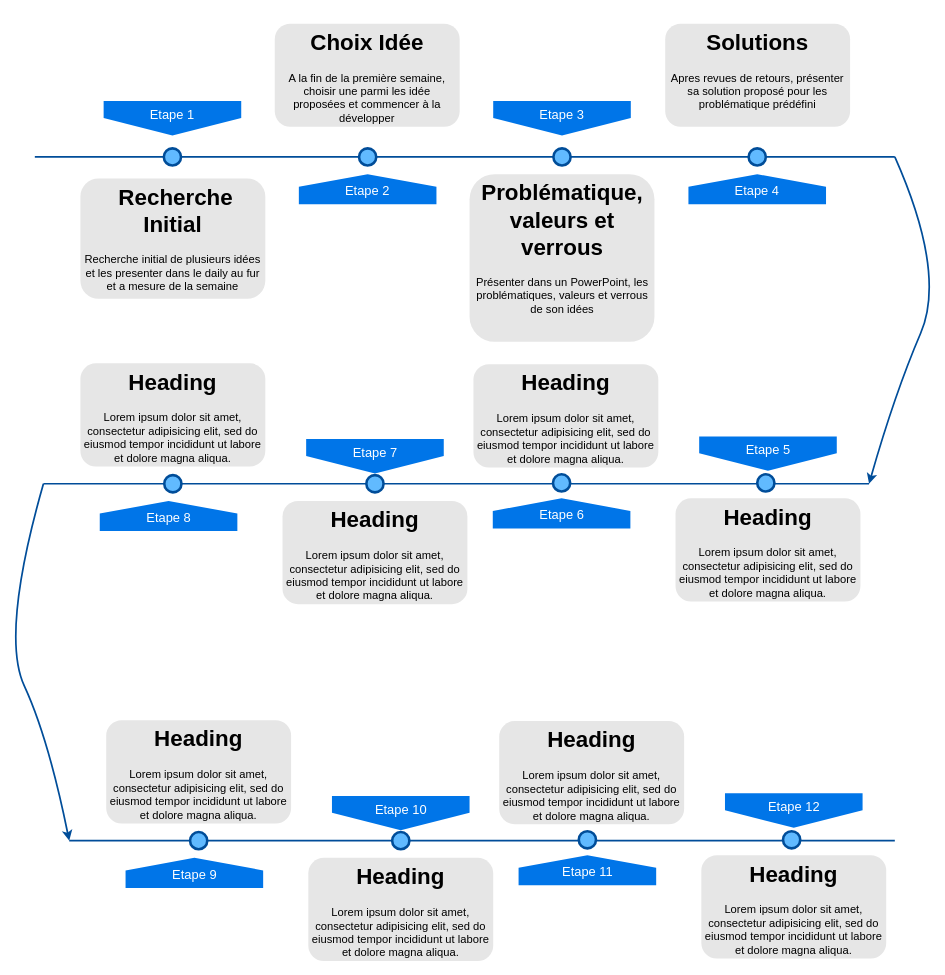
Before: Diagramme sans nom.drawio in mehdic/DrawIO, a draw.io diagram. Source tidied: cells renumbered, new cells numbered last; positions are measured from the earlier drawing's top-left corner, leaving out a move shared by most shapes. Both pictures are drawn from the tidied source at 86%, with x=0, y=0 at pixel (0, 23).
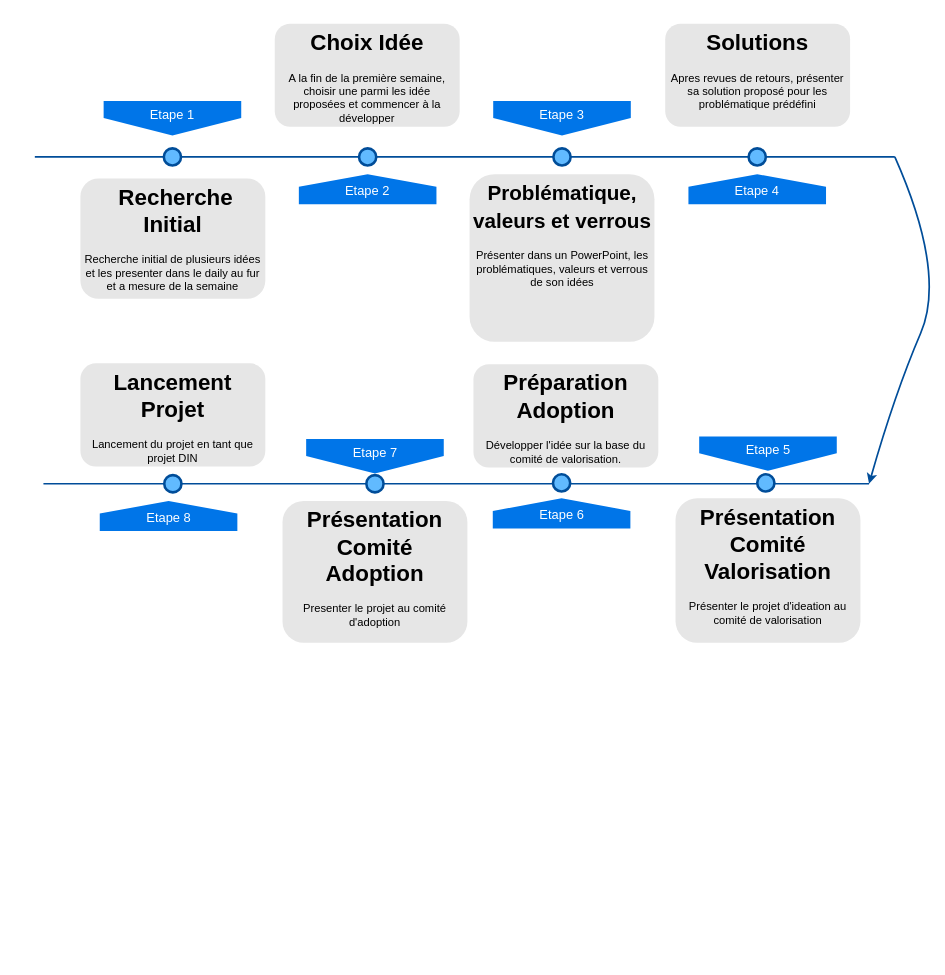
Above is the later version.

Commit message:
Mettre à jour Diagramme sans nom.drawio

The change refers to these unchanged cells:
```xml
<mxCell id="15" style="line;strokeWidth=2;html=1;fillColor=none;fontSize=28;fontColor=#004D99;strokeColor=#004D99;" parent="1" vertex="1">
  <mxGeometry x="50" y="530" width="960" height="10" as="geometry" />
</mxCell>
```

What changed in the source:
```diff
@@
-    <mxCell id="13" value="&lt;h1&gt;Problématique, valeurs et verrous&lt;/h1&gt;&lt;p&gt;Présenter dans un PowerPoint, les problématiques, valeurs et verrous de son idées&lt;/p&gt;" style="text;html=1;spacing=5;spacingTop=-20;whiteSpace=wrap;overflow=hidden;strokeColor=none;strokeWidth=3;fillColor=#E6E6E6;fontSize=13;fontColor=#000000;align=center;rounded=1;" parent="1" vertex="1">
+    <mxCell id="13" value="&lt;h1&gt;&lt;font style=&quot;font-size: 24px;&quot;&gt;Problématique, valeurs et verrous&lt;/font&gt;&lt;/h1&gt;&lt;p&gt;Présenter dans un PowerPoint, les problématiques, valeurs et verrous de son idées&lt;/p&gt;" style="text;html=1;spacing=5;spacingTop=-20;whiteSpace=wrap;overflow=hidden;strokeColor=none;strokeWidth=3;fillColor=#E6E6E6;fontSize=13;fontColor=#000000;align=center;rounded=1;" parent="1" vertex="1">
       <mxGeometry x="545.5" y="175" width="215" height="195" as="geometry" />
     </mxCell>
@@
-    <mxCell id="19" value="&lt;h1&gt;Heading&lt;/h1&gt;&lt;p&gt;Lorem ipsum dolor sit amet, consectetur adipisicing elit, sed do eiusmod tempor incididunt ut labore et dolore magna aliqua.&lt;/p&gt;" style="text;html=1;spacing=5;spacingTop=-20;whiteSpace=wrap;overflow=hidden;strokeColor=none;strokeWidth=3;fillColor=#E6E6E6;fontSize=13;fontColor=#000000;align=center;rounded=1;" parent="1" vertex="1">
-      <mxGeometry x="785" y="552" width="215" height="120" as="geometry" />
+    <mxCell id="19" value="&lt;h1&gt;Présentation Comité Valorisation&lt;/h1&gt;&lt;p&gt;Présenter le projet d'ideation au comité de valorisation&lt;/p&gt;" style="text;html=1;spacing=5;spacingTop=-20;whiteSpace=wrap;overflow=hidden;strokeColor=none;strokeWidth=3;fillColor=#E6E6E6;fontSize=13;fontColor=#000000;align=center;rounded=1;" parent="1" vertex="1">
+      <mxGeometry x="785" y="552" width="215" height="168" as="geometry" />
     </mxCell>
@@
-    <mxCell id="21" value="&lt;h1&gt;Heading&lt;/h1&gt;&lt;p&gt;Lorem ipsum dolor sit amet, consectetur adipisicing elit, sed do eiusmod tempor incididunt ut labore et dolore magna aliqua.&lt;/p&gt;" style="text;html=1;spacing=5;spacingTop=-20;whiteSpace=wrap;overflow=hidden;strokeColor=none;strokeWidth=3;fillColor=#E6E6E6;fontSize=13;fontColor=#000000;align=center;rounded=1;" parent="1" vertex="1">
+    <mxCell id="21" value="&lt;h1&gt;Préparation Adoption&lt;/h1&gt;&lt;p&gt;Développer l'idée sur la base du comité de valorisation.&lt;/p&gt;" style="text;html=1;spacing=5;spacingTop=-20;whiteSpace=wrap;overflow=hidden;strokeColor=none;strokeWidth=3;fillColor=#E6E6E6;fontSize=13;fontColor=#000000;align=center;rounded=1;" parent="1" vertex="1">
       <mxGeometry x="550" y="396" width="215" height="120" as="geometry" />
     </mxCell>
@@
-    <mxCell id="23" value="&lt;h1&gt;Heading&lt;/h1&gt;&lt;p&gt;Lorem ipsum dolor sit amet, consectetur adipisicing elit, sed do eiusmod tempor incididunt ut labore et dolore magna aliqua.&lt;/p&gt;" style="text;html=1;spacing=5;spacingTop=-20;whiteSpace=wrap;overflow=hidden;strokeColor=none;strokeWidth=3;fillColor=#E6E6E6;fontSize=13;fontColor=#000000;align=center;rounded=1;" parent="1" vertex="1">
-      <mxGeometry x="328" y="555" width="215" height="120" as="geometry" />
+    <mxCell id="23" value="&lt;h1&gt;Présentation Comité Adoption&lt;/h1&gt;&lt;p&gt;Presenter le projet au comité d'adoption&lt;/p&gt;" style="text;html=1;spacing=5;spacingTop=-20;whiteSpace=wrap;overflow=hidden;strokeColor=none;strokeWidth=3;fillColor=#E6E6E6;fontSize=13;fontColor=#000000;align=center;rounded=1;" parent="1" vertex="1">
+      <mxGeometry x="328" y="555" width="215" height="165" as="geometry" />
     </mxCell>
@@
-    <mxCell id="25" value="&lt;h1&gt;Heading&lt;/h1&gt;&lt;p&gt;Lorem ipsum dolor sit amet, consectetur adipisicing elit, sed do eiusmod tempor incididunt ut labore et dolore magna aliqua.&lt;/p&gt;" style="text;html=1;spacing=5;spacingTop=-20;whiteSpace=wrap;overflow=hidden;strokeColor=none;strokeWidth=3;fillColor=#E6E6E6;fontSize=13;fontColor=#000000;align=center;rounded=1;" parent="1" vertex="1">
+    <mxCell id="25" value="&lt;h1&gt;Lancement Projet&lt;/h1&gt;&lt;p&gt;Lancement du projet en tant que projet DIN&lt;/p&gt;" style="text;html=1;spacing=5;spacingTop=-20;whiteSpace=wrap;overflow=hidden;strokeColor=none;strokeWidth=3;fillColor=#E6E6E6;fontSize=13;fontColor=#000000;align=center;rounded=1;" parent="1" vertex="1">
       <mxGeometry x="93" y="395" width="215" height="120" as="geometry" />
     </mxCell>
-    <mxCell id="26" style="curved=1;endArrow=classic;html=1;rounded=0;exitX=0;exitY=0.5;exitDx=0;exitDy=0;exitPerimeter=0;strokeColor=#004d99;strokeWidth=2;" parent="1" edge="1" source="15">
-      <mxGeometry relative="1" as="geometry">
-        <mxPoint x="80" y="950" as="targetPoint" />
-        <Array as="points">
-          <mxPoint y="710" />
-          <mxPoint x="55.5" y="830" />
-        </Array>
-      </mxGeometry>
-    </mxCell>
@@
-    <mxCell id="30" style="line;strokeWidth=2;html=1;fillColor=none;fontSize=28;fontColor=#004D99;strokeColor=#004D99;" parent="1" vertex="1">
-      <mxGeometry x="80" y="945" width="960" height="10" as="geometry" />
-    </mxCell>
-    <mxCell id="31" style="ellipse;whiteSpace=wrap;html=1;fillColor=#61BAFF;fontSize=28;fontColor=#004D99;strokeWidth=3;strokeColor=#004D99;" parent="1" vertex="1">
-      <mxGeometry x="910" y="939" width="20" height="20" as="geometry" />
-    </mxCell>
-    <mxCell id="32" value="&lt;span&gt;Etape 12&lt;/span&gt;" style="shape=offPageConnector;whiteSpace=wrap;html=1;fillColor=#0075E8;fontSize=15;fontColor=#FFFFFF;size=0.5093750000000015;verticalAlign=top;strokeColor=none;" parent="1" vertex="1">
-      <mxGeometry x="842.5" y="895" width="160" height="40" as="geometry" />
-    </mxCell>
-    <mxCell id="33" value="&lt;h1&gt;Heading&lt;/h1&gt;&lt;p&gt;Lorem ipsum dolor sit amet, consectetur adipisicing elit, sed do eiusmod tempor incididunt ut labore et dolore magna aliqua.&lt;/p&gt;" style="text;html=1;spacing=5;spacingTop=-20;whiteSpace=wrap;overflow=hidden;strokeColor=none;strokeWidth=3;fillColor=#E6E6E6;fontSize=13;fontColor=#000000;align=center;rounded=1;" parent="1" vertex="1">
-      <mxGeometry x="815" y="967" width="215" height="120" as="geometry" />
-    </mxCell>
-    <mxCell id="34" value="&lt;span&gt;Etape 11&lt;br&gt;&lt;/span&gt;" style="shape=offPageConnector;whiteSpace=wrap;html=1;fillColor=#0075E8;fontSize=15;fontColor=#FFFFFF;size=0.4178571428571445;flipV=1;verticalAlign=bottom;strokeColor=none;spacingBottom=4;" parent="1" vertex="1">
-      <mxGeometry x="602.5" y="967" width="160" height="35" as="geometry" />
-    </mxCell>
-    <mxCell id="35" value="&lt;h1&gt;Heading&lt;/h1&gt;&lt;p&gt;Lorem ipsum dolor sit amet, consectetur adipisicing elit, sed do eiusmod tempor incididunt ut labore et dolore magna aliqua.&lt;/p&gt;" style="text;html=1;spacing=5;spacingTop=-20;whiteSpace=wrap;overflow=hidden;strokeColor=none;strokeWidth=3;fillColor=#E6E6E6;fontSize=13;fontColor=#000000;align=center;rounded=1;" parent="1" vertex="1">
-      <mxGeometry x="580" y="811" width="215" height="120" as="geometry" />
-    </mxCell>
-    <mxCell id="36" value="&lt;span&gt;Etape 10&lt;/span&gt;" style="shape=offPageConnector;whiteSpace=wrap;html=1;fillColor=#0075E8;fontSize=15;fontColor=#FFFFFF;size=0.5093750000000015;verticalAlign=top;strokeColor=none;" parent="1" vertex="1">
-      <mxGeometry x="385.5" y="898" width="160" height="40" as="geometry" />
-    </mxCell>
-    <mxCell id="37" value="&lt;h1&gt;Heading&lt;/h1&gt;&lt;p&gt;Lorem ipsum dolor sit amet, consectetur adipisicing elit, sed do eiusmod tempor incididunt ut labore et dolore magna aliqua.&lt;/p&gt;" style="text;html=1;spacing=5;spacingTop=-20;whiteSpace=wrap;overflow=hidden;strokeColor=none;strokeWidth=3;fillColor=#E6E6E6;fontSize=13;fontColor=#000000;align=center;rounded=1;" parent="1" vertex="1">
-      <mxGeometry x="358" y="970" width="215" height="120" as="geometry" />
-    </mxCell>
-    <mxCell id="38" value="&lt;span&gt;Etape 9&lt;/span&gt;" style="shape=offPageConnector;whiteSpace=wrap;html=1;fillColor=#0075E8;fontSize=15;fontColor=#FFFFFF;size=0.4178571428571445;flipV=1;verticalAlign=bottom;strokeColor=none;spacingBottom=4;" parent="1" vertex="1">
-      <mxGeometry x="145.5" y="970" width="160" height="35" as="geometry" />
-    </mxCell>
-    <mxCell id="39" value="&lt;h1&gt;Heading&lt;/h1&gt;&lt;p&gt;Lorem ipsum dolor sit amet, consectetur adipisicing elit, sed do eiusmod tempor incididunt ut labore et dolore magna aliqua.&lt;/p&gt;" style="text;html=1;spacing=5;spacingTop=-20;whiteSpace=wrap;overflow=hidden;strokeColor=none;strokeWidth=3;fillColor=#E6E6E6;fontSize=13;fontColor=#000000;align=center;rounded=1;" parent="1" vertex="1">
-      <mxGeometry x="123" y="810" width="215" height="120" as="geometry" />
-    </mxCell>
-    <mxCell id="40" style="ellipse;whiteSpace=wrap;html=1;fillColor=#61BAFF;fontSize=28;fontColor=#004D99;strokeWidth=3;strokeColor=#004D99;" parent="1" vertex="1">
-      <mxGeometry x="220.5" y="940" width="20" height="20" as="geometry" />
-    </mxCell>
-    <mxCell id="41" style="ellipse;whiteSpace=wrap;html=1;fillColor=#61BAFF;fontSize=28;fontColor=#004D99;strokeWidth=3;strokeColor=#004D99;" parent="1" vertex="1">
-      <mxGeometry x="455.5" y="940" width="20" height="20" as="geometry" />
-    </mxCell>
-    <mxCell id="42" style="ellipse;whiteSpace=wrap;html=1;fillColor=#61BAFF;fontSize=28;fontColor=#004D99;strokeWidth=3;strokeColor=#004D99;" parent="1" vertex="1">
-      <mxGeometry x="672.5" y="939" width="20" height="20" as="geometry" />
-    </mxCell>
```
